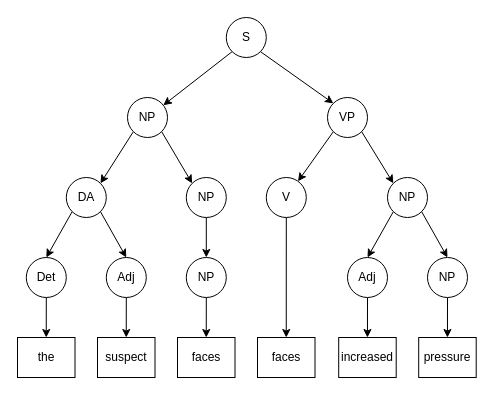
Before: a01/graph/2-CKY-tree.drawio in ttperr/DD2417-NLP-KTH, a draw.io diagram. Source tidied: cells renumbered, new cells numbered last; positions are measured from the earlier drawing's top-left corner, leaving out a move shared by most shapes. Both pictures are drawn from the tidied source at 100%, with x=0, y=0 at pixel (17, 17).
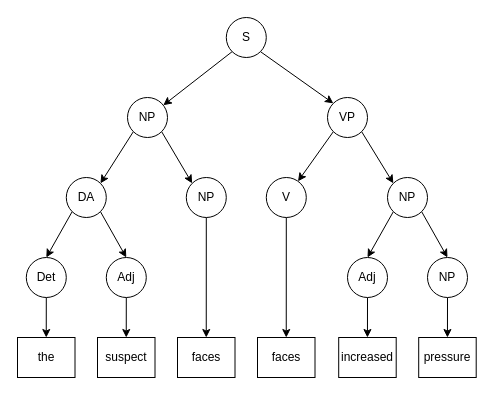
The same page after the edit.

Unchanged cells that the change refers to:
```xml
<mxCell id="28" value="faces" style="rounded=0;whiteSpace=wrap;html=1;" parent="1" vertex="1">
  <mxGeometry x="160" y="320" width="57.5" height="40" as="geometry" />
</mxCell>
<mxCell id="32" value="NP" style="ellipse;whiteSpace=wrap;html=1;" parent="1" vertex="1">
  <mxGeometry x="168.8" y="160" width="40" height="40" as="geometry" />
</mxCell>
```

The edit, as a diff of the source:
```diff
@@
-    <mxCell id="31" style="edgeStyle=none;html=1;exitX=0.5;exitY=1;exitDx=0;exitDy=0;entryX=0.5;entryY=0;entryDx=0;entryDy=0;" parent="1" edge="1" source="32" target="34">
-      <mxGeometry relative="1" as="geometry" />
-    </mxCell>
+    <mxCell id="37" style="edgeStyle=none;html=1;exitX=0.5;exitY=1;exitDx=0;exitDy=0;" parent="1" edge="1" source="32" target="28">
+      <mxGeometry relative="1" as="geometry" />
+    </mxCell>
@@
-    <mxCell id="33" style="edgeStyle=none;html=1;" parent="1" edge="1" source="34" target="28">
-      <mxGeometry relative="1" as="geometry" />
-    </mxCell>
-    <mxCell id="34" value="NP" style="ellipse;whiteSpace=wrap;html=1;" parent="1" vertex="1">
-      <mxGeometry x="168.8" y="240" width="40" height="40" as="geometry" />
-    </mxCell>
```
